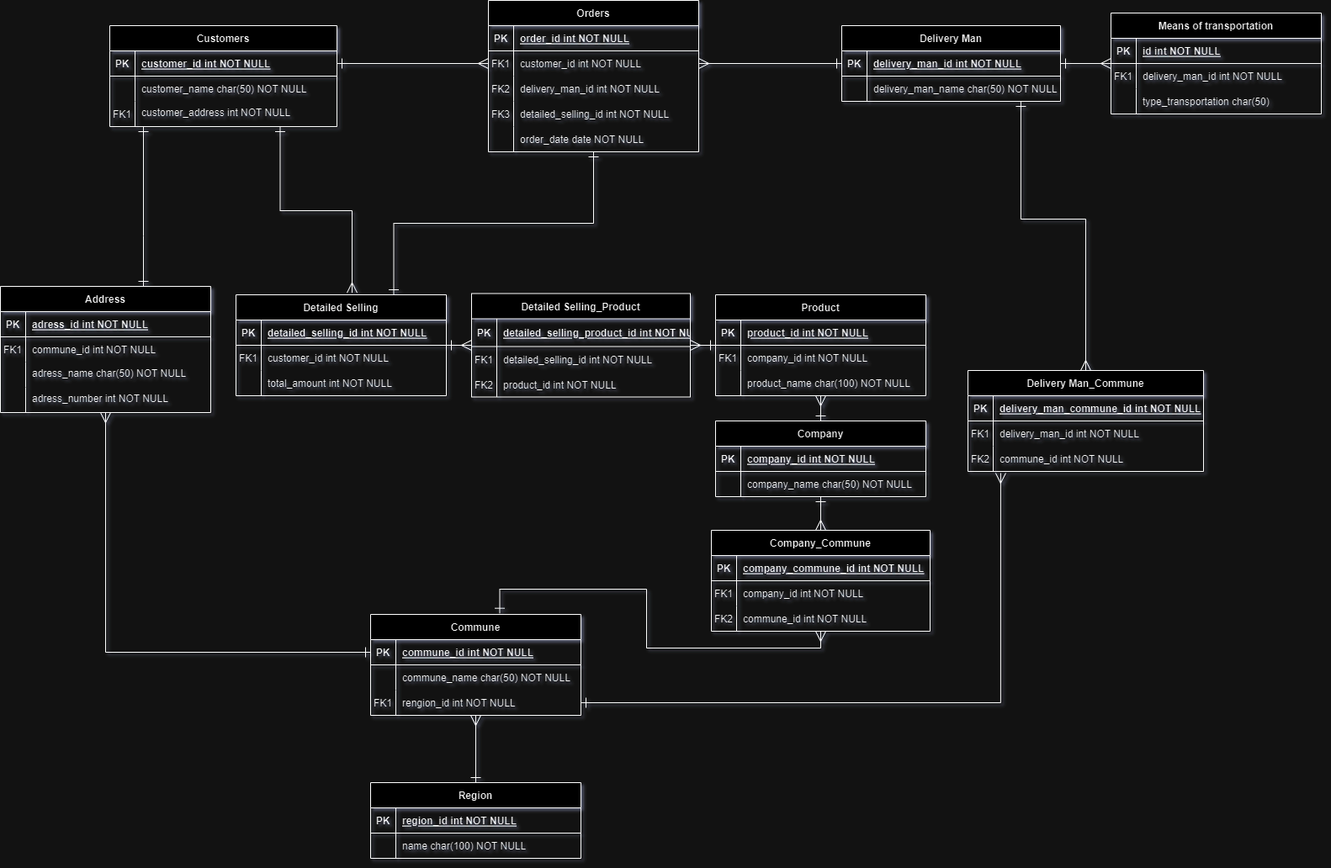
Earlier version of the draw.io export Entity_Relationship_Diagram.drawio.png (FabianLizama/Grupo5-Control1-TBD). Source tidied: cells renumbered, new cells last; positions are measured from the earlier drawing's top-left corner, leaving out a move shared by most shapes.
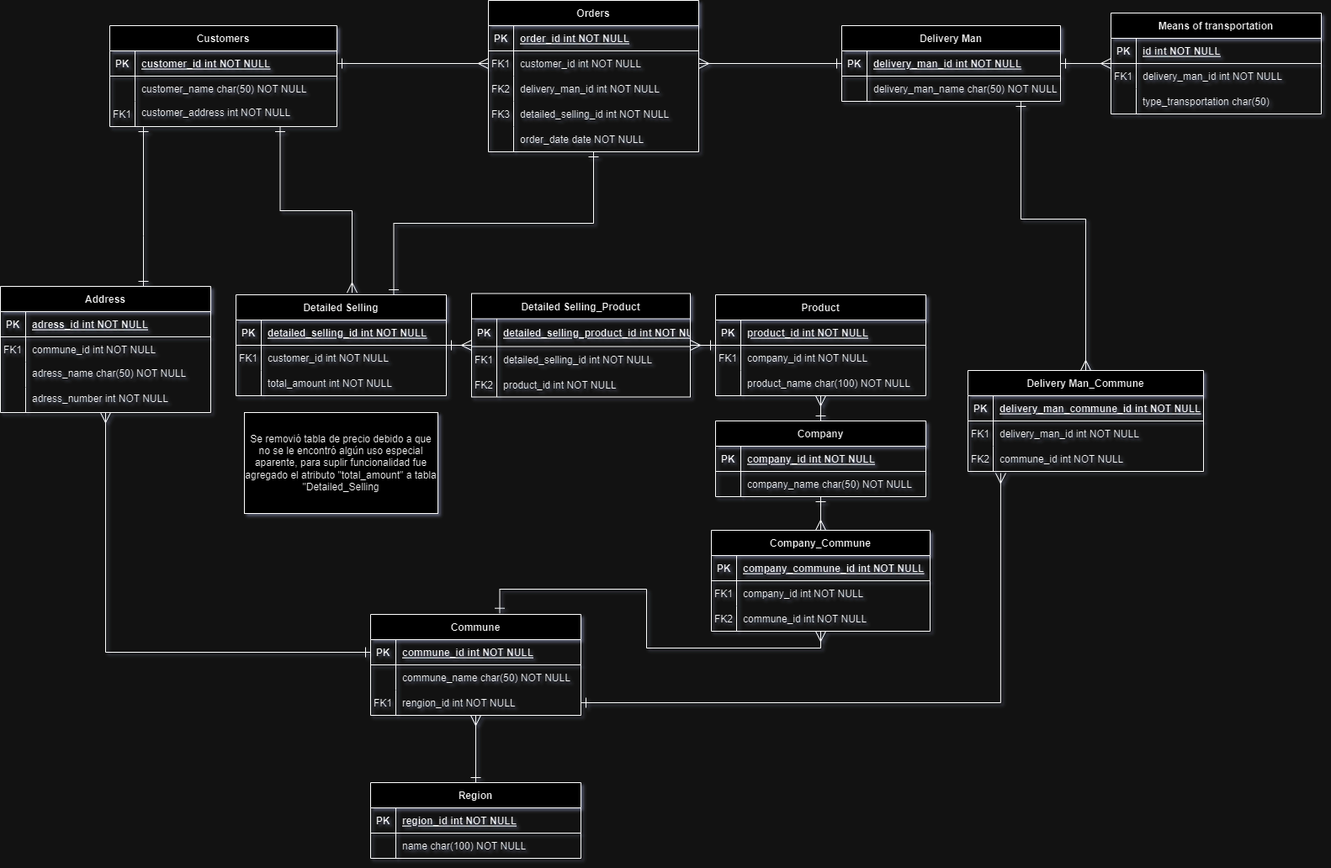
Later version of the same file.

Commit message:
Diagram modified, explanation of removal added

Change to the diagram source:
```diff
@@ -458,5 +458,8 @@
         </Array>
       </mxGeometry>
     </mxCell>
+    <mxCell id="147" value="Se removió tabla de precio debido a que no se le encontró algún uso especial aparente, para suplir funcionalidad fue agregado el atributo &quot;total_amount&quot; a tabla &quot;Detailed_Selling" style="rounded=0;whiteSpace=wrap;html=1;" parent="1" vertex="1">
+      <mxGeometry x="290" y="490" width="230" height="120" as="geometry" />
+    </mxCell>
   </root>
 </mxGraphModel>
```
